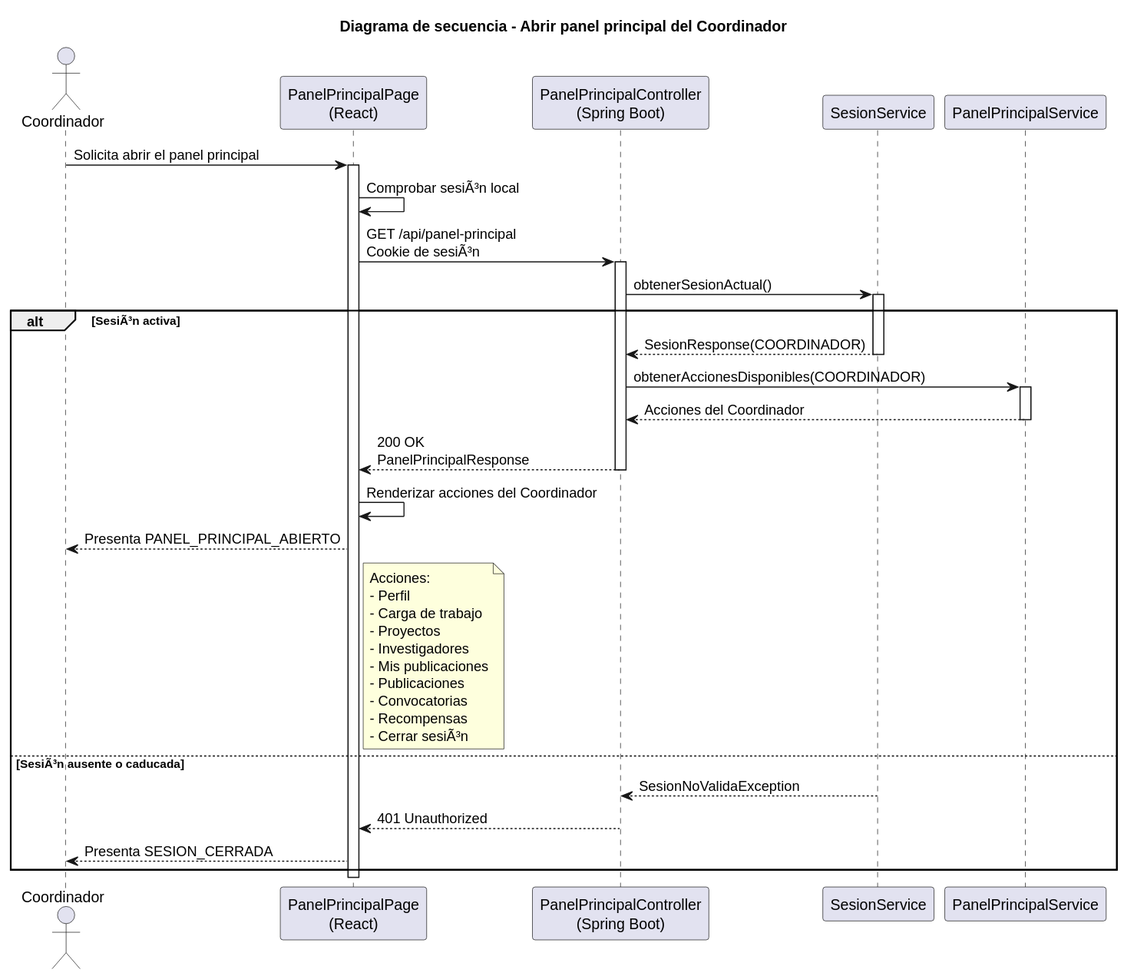
beatriizorozco/25-26-idsw2-sdVC keeps this PlantUML diagram as images/RUP/02-diseño/casos-uso/coordinador/abrirPanelPrincipal/secuencia.svg. Above is the earlier version.
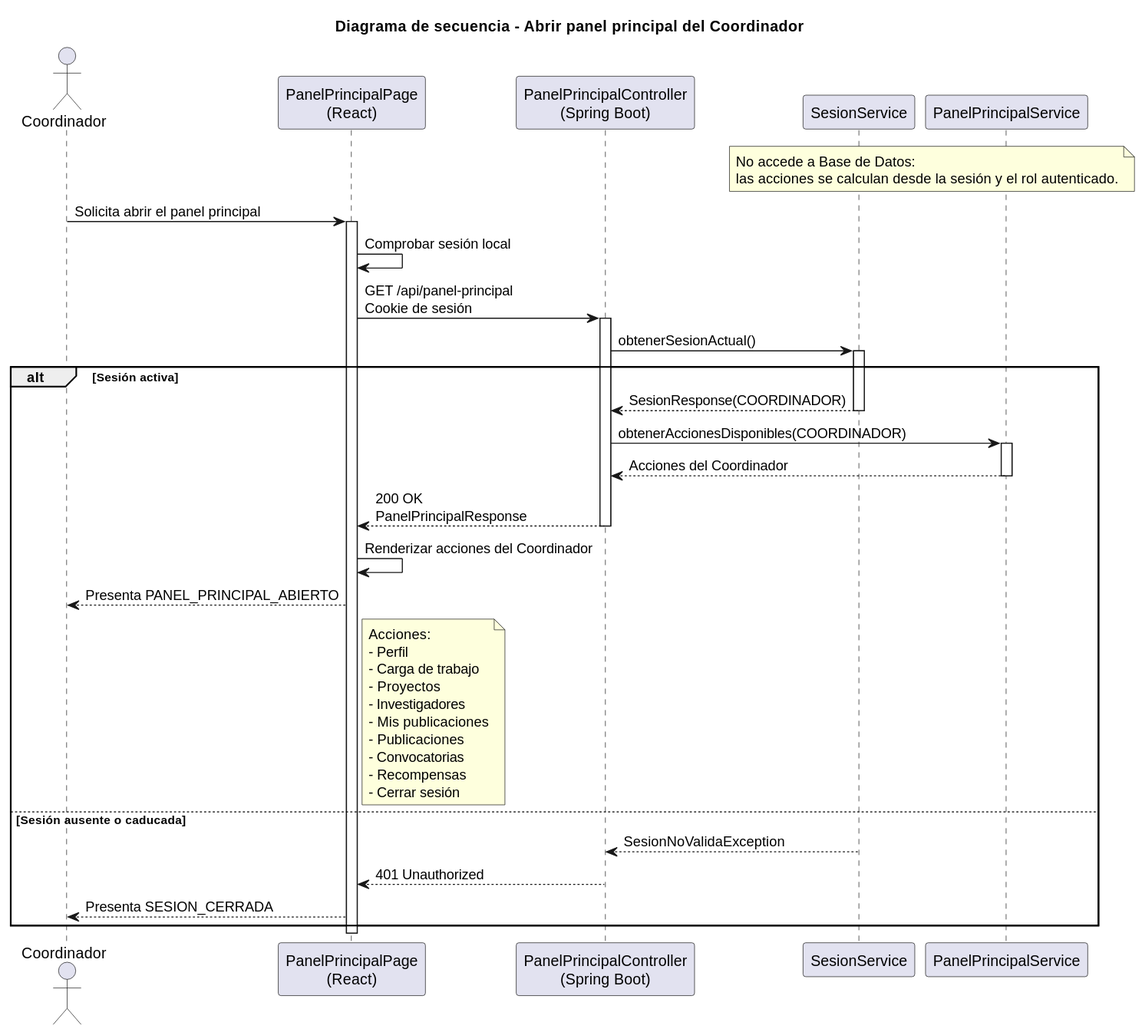
The same diagram one commit later.

Change to the diagram source:
```diff
@@ -7,14 +7,19 @@
 participant "SesionService" as Sesion
 participant "PanelPrincipalService" as Panel
 
+note over Sesion, Panel
+No accede a Base de Datos:
+las acciones se calculan desde la sesión y el rol autenticado.
+end note
+
 Coordinador -> Frontend: Solicita abrir el panel principal
 activate Frontend
-Frontend -> Frontend: Comprobar sesiÃ³n local
-Frontend -> Api: GET /api/panel-principal\nCookie de sesiÃ³n
+Frontend -> Frontend: Comprobar sesión local
+Frontend -> Api: GET /api/panel-principal\nCookie de sesión
 activate Api
 Api -> Sesion: obtenerSesionActual()
 activate Sesion
-alt SesiÃ³n activa
+alt Sesión activa
     Sesion --> Api: SesionResponse(COORDINADOR)
     deactivate Sesion
     Api -> Panel: obtenerAccionesDisponibles(COORDINADOR)
@@ -36,9 +41,9 @@
     - Publicaciones
     - Convocatorias
     - Recompensas
-    - Cerrar sesiÃ³n
+    - Cerrar sesión
     end note
-else SesiÃ³n ausente o caducada
+else Sesión ausente o caducada
     Sesion --> Api: SesionNoValidaException
     deactivate Sesion
     Api --> Frontend: 401 Unauthorized
```
